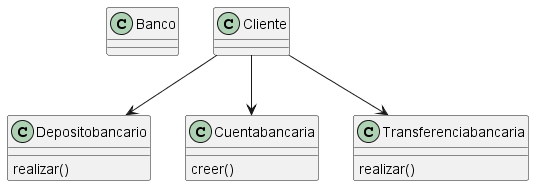
Luminicen/App-Suite keeps this PlantUML diagram as App/app/app/static/uml/uml_18.png. Above is the earlier version. Its diagram source:
```plantuml
@startuml
class Banco
class Depositobancario
Depositobancario : realizar()
class Cliente
Cliente --> Cuentabancaria
Cliente --> Transferenciabancaria
Cliente --> Depositobancario
class Cuentabancaria
Cuentabancaria : creer()
class Transferenciabancaria
Transferenciabancaria : realizar()
@enduml
```
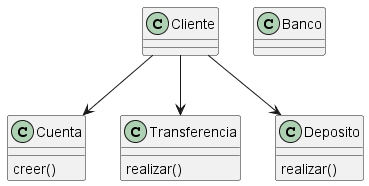
The same diagram one commit later.

What changed in the source:
```diff
@@ -1,13 +1,13 @@
 @startuml
+class Cliente
+Cliente --> Cuenta
+Cliente --> Transferencia
+Cliente --> Deposito
+class Transferencia
+Transferencia : realizar()
+class Cuenta
+Cuenta : creer()
 class Banco
-class Depositobancario
-Depositobancario : realizar()
-class Cliente
-Cliente --> Cuentabancaria
-Cliente --> Transferenciabancaria
-Cliente --> Depositobancario
-class Cuentabancaria
-Cuentabancaria : creer()
-class Transferenciabancaria
-Transferenciabancaria : realizar()
+class Deposito
+Deposito : realizar()
 @enduml
```
